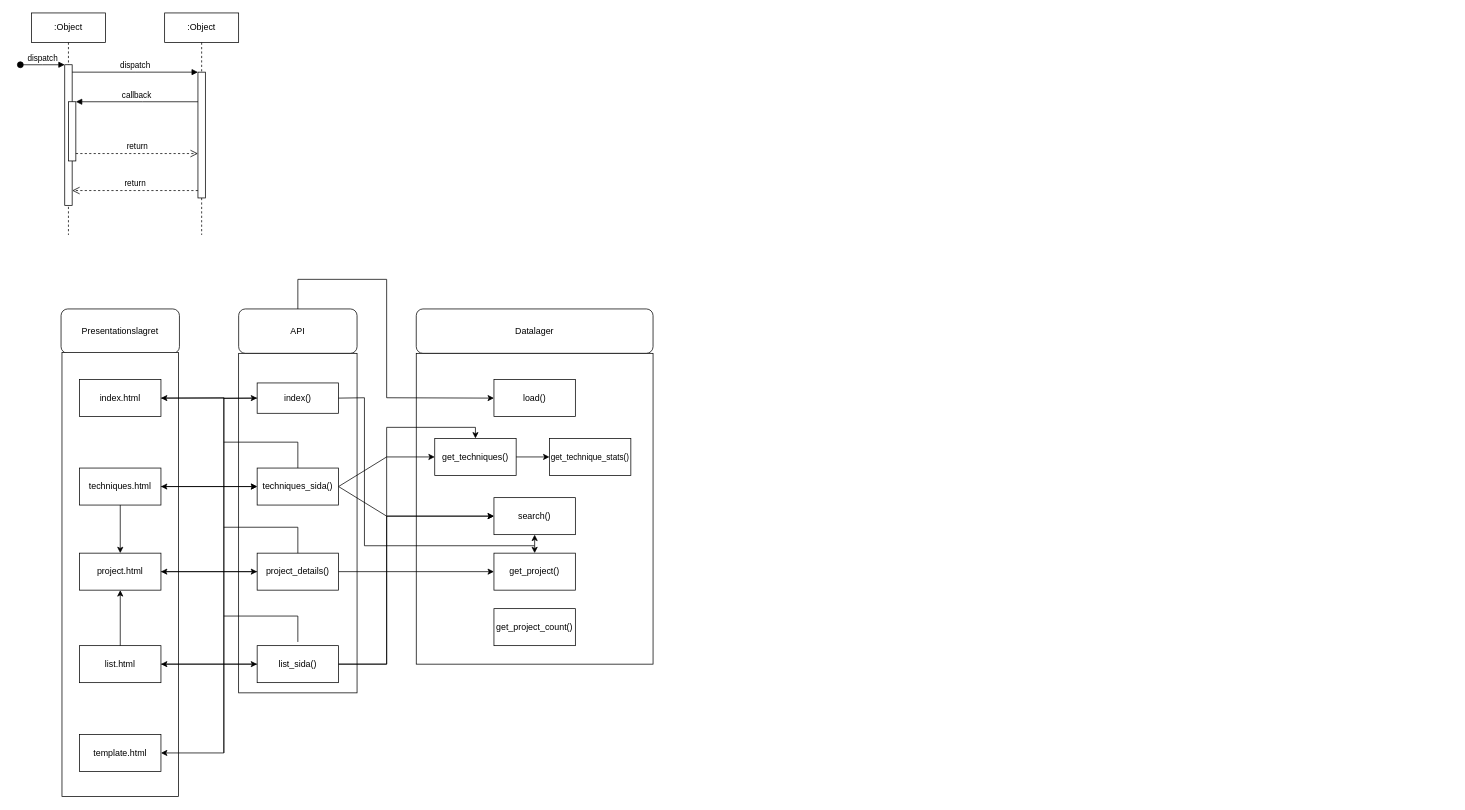
Above: Untitled Diagram.drawio in Harmonyy1/TDP003 (draw.io), before the change. Source tidied: cells renumbered, new cells numbered last; positions are measured from the earlier drawing's top-left corner, leaving out a move shared by most shapes. Both pictures are drawn from the tidied source at 74%, with x=0, y=0 at pixel (-102, 13).
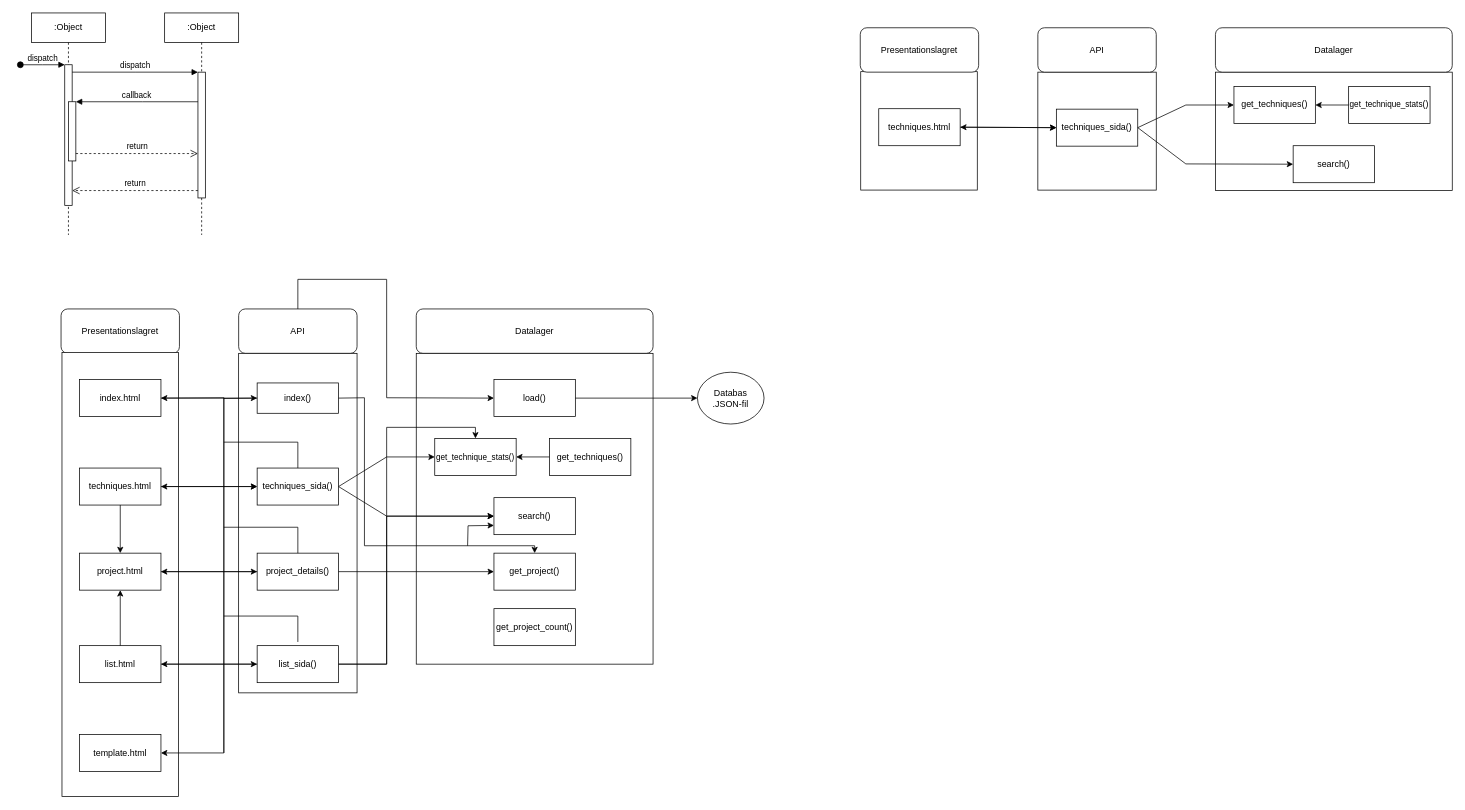
Above is the later version.

Unchanged cells that the change refers to:
```xml
<mxCell id="21" value="search()" style="rounded=0;whiteSpace=wrap;html=1;" parent="1" vertex="1">
  <mxGeometry x="805" y="655" width="110" height="50" as="geometry" />
</mxCell>
<mxCell id="32" value="load()" style="rounded=0;whiteSpace=wrap;html=1;" parent="1" vertex="1">
  <mxGeometry x="805" y="495.5" width="110" height="50" as="geometry" />
</mxCell>
```

Change to the diagram source:
```diff
@@
-    <mxCell id="20" value="get_techniques()" style="rounded=0;whiteSpace=wrap;html=1;" parent="1" vertex="1">
+    <mxCell id="20" value="&lt;font style=&quot;font-size: 11px;&quot;&gt;get_technique_stats()&lt;/font&gt;" style="rounded=0;whiteSpace=wrap;html=1;" parent="1" vertex="1">
       <mxGeometry x="725" y="575" width="110" height="50" as="geometry" />
     </mxCell>
@@
-    <mxCell id="33" value="&lt;font style=&quot;font-size: 11px;&quot;&gt;get_technique_stats()&lt;/font&gt;" style="rounded=0;whiteSpace=wrap;html=1;" parent="1" vertex="1">
+    <mxCell id="33" value="&lt;font style=&quot;font-size: 12px;&quot;&gt;get_techniques()&lt;/font&gt;" style="rounded=0;whiteSpace=wrap;html=1;" parent="1" vertex="1">
       <mxGeometry x="880" y="575" width="110" height="50" as="geometry" />
     </mxCell>
@@
-    <mxCell id="54" style="endArrow=classic;html=1;rounded=0;exitX=1;exitY=0.5;exitDx=0;exitDy=0;entryX=0;entryY=0.5;entryDx=0;entryDy=0;" parent="1" edge="1" source="20" target="33">
+    <mxCell id="54" style="endArrow=classic;html=1;rounded=0;entryX=1;entryY=0.5;entryDx=0;entryDy=0;exitX=0;exitY=0.5;exitDx=0;exitDy=0;" parent="1" edge="1" source="33" target="20">
       <mxGeometry relative="1" as="geometry" />
     </mxCell>
@@
-    <mxCell id="57" style="endArrow=classic;html=1;rounded=0;entryX=0.5;entryY=1;entryDx=0;entryDy=0;" parent="1" edge="1" target="21">
+    <mxCell id="57" style="endArrow=classic;html=1;rounded=0;exitX=0;exitY=0.5;exitDx=0;exitDy=0;entryX=0;entryY=0.75;entryDx=0;entryDy=0;" parent="1" edge="1" target="21">
       <mxGeometry relative="1" as="geometry">
-        <mxPoint x="860" y="720" as="sourcePoint" />
+        <mxPoint x="769.4" y="720" as="sourcePoint" />
+        <Array as="points">
+          <mxPoint x="770" y="693" />
+        </Array>
       </mxGeometry>
     </mxCell>
+    <mxCell id="58" value="Databas&lt;div&gt;.JSON-fil&lt;/div&gt;" style="ellipse;whiteSpace=wrap;html=1;" parent="1" vertex="1">
+      <mxGeometry x="1080" y="485.5" width="90" height="70" as="geometry" />
+    </mxCell>
+    <mxCell id="59" style="endArrow=classic;html=1;rounded=0;exitX=1;exitY=0.5;exitDx=0;exitDy=0;entryX=0;entryY=0.5;entryDx=0;entryDy=0;" parent="1" edge="1" source="32" target="58">
+      <mxGeometry relative="1" as="geometry" />
+    </mxCell>
+    <mxCell id="60" style="rounded=0;whiteSpace=wrap;html=1;rotation=90;" parent="1" vertex="1">
+      <mxGeometry x="1299.4" y="80.6" width="160" height="157.5" as="geometry" />
+    </mxCell>
+    <mxCell id="61" style="rounded=0;whiteSpace=wrap;html=1;rotation=90;" parent="1" vertex="1">
+      <mxGeometry x="1860" width="160" height="320" as="geometry" />
+    </mxCell>
+    <mxCell id="62" style="rounded=0;whiteSpace=wrap;html=1;rotation=90;" parent="1" vertex="1">
+      <mxGeometry x="1540.3" y="79.7" width="159.4" height="160" as="geometry" />
+    </mxCell>
+    <mxCell id="63" style="endArrow=classic;startArrow=classic;html=1;rounded=0;entryX=0;entryY=0.5;entryDx=0;entryDy=0;exitX=1;exitY=0.5;exitDx=0;exitDy=0;" parent="1" edge="1" source="68" target="67">
+      <mxGeometry relative="1" as="geometry" />
+    </mxCell>
+    <mxCell id="64" style="endArrow=classic;html=1;rounded=0;exitX=1;exitY=0.5;exitDx=0;exitDy=0;entryX=0;entryY=0.5;entryDx=0;entryDy=0;" parent="1" edge="1" source="67" target="65">
+      <mxGeometry relative="1" as="geometry">
+        <Array as="points">
+          <mxPoint x="1740" y="124.4" />
+        </Array>
+      </mxGeometry>
+    </mxCell>
+    <mxCell id="65" value="&lt;font style=&quot;font-size: 12px;&quot;&gt;get_techniques()&lt;/font&gt;" style="rounded=0;whiteSpace=wrap;html=1;" parent="1" vertex="1">
+      <mxGeometry x="1805" y="99.4" width="110" height="50" as="geometry" />
+    </mxCell>
+    <mxCell id="66" value="search()" style="rounded=0;whiteSpace=wrap;html=1;" parent="1" vertex="1">
+      <mxGeometry x="1885" y="179.4" width="110" height="50" as="geometry" />
+    </mxCell>
+    <mxCell id="67" value="techniques_sida()" style="rounded=0;whiteSpace=wrap;html=1;" parent="1" vertex="1">
+      <mxGeometry x="1565" y="130" width="110" height="50" as="geometry" />
+    </mxCell>
+    <mxCell id="68" value="techniques.html" style="rounded=0;whiteSpace=wrap;html=1;" parent="1" vertex="1">
+      <mxGeometry x="1325" y="129.4" width="110" height="50" as="geometry" />
+    </mxCell>
+    <mxCell id="69" style="endArrow=classic;html=1;rounded=0;entryX=0;entryY=0.5;entryDx=0;entryDy=0;exitX=1;exitY=0.5;exitDx=0;exitDy=0;" parent="1" edge="1" source="67" target="66">
+      <mxGeometry relative="1" as="geometry">
+        <Array as="points">
+          <mxPoint x="1740" y="204" />
+        </Array>
+      </mxGeometry>
+    </mxCell>
+    <mxCell id="70" value="&lt;font style=&quot;font-size: 11px;&quot;&gt;get_technique_stats&lt;/font&gt;&lt;font style=&quot;font-size: 12px;&quot;&gt;()&lt;/font&gt;" style="rounded=0;whiteSpace=wrap;html=1;" parent="1" vertex="1">
+      <mxGeometry x="1960" y="99.4" width="110" height="50" as="geometry" />
+    </mxCell>
+    <mxCell id="71" style="endArrow=classic;html=1;rounded=0;entryX=0;entryY=0.5;entryDx=0;entryDy=0;exitX=1;exitY=0.5;exitDx=0;exitDy=0;" parent="1" edge="1" source="68" target="67">
+      <mxGeometry relative="1" as="geometry" />
+    </mxCell>
+    <mxCell id="72" style="endArrow=classic;html=1;rounded=0;exitX=0;exitY=0.5;exitDx=0;exitDy=0;entryX=1;entryY=0.5;entryDx=0;entryDy=0;" parent="1" edge="1" source="70" target="65">
+      <mxGeometry relative="1" as="geometry" />
+    </mxCell>
+    <mxCell id="73" value="Presentationslagret" style="rounded=1;whiteSpace=wrap;html=1;" parent="1" vertex="1">
+      <mxGeometry x="1300" y="20" width="160" height="60" as="geometry" />
+    </mxCell>
+    <mxCell id="74" value="API" style="rounded=1;whiteSpace=wrap;html=1;" parent="1" vertex="1">
+      <mxGeometry x="1540" y="20" width="160" height="60" as="geometry" />
+    </mxCell>
+    <mxCell id="75" value="Datalager" style="rounded=1;whiteSpace=wrap;html=1;" parent="1" vertex="1">
+      <mxGeometry x="1780" y="20" width="320" height="60" as="geometry" />
+    </mxCell>
```
